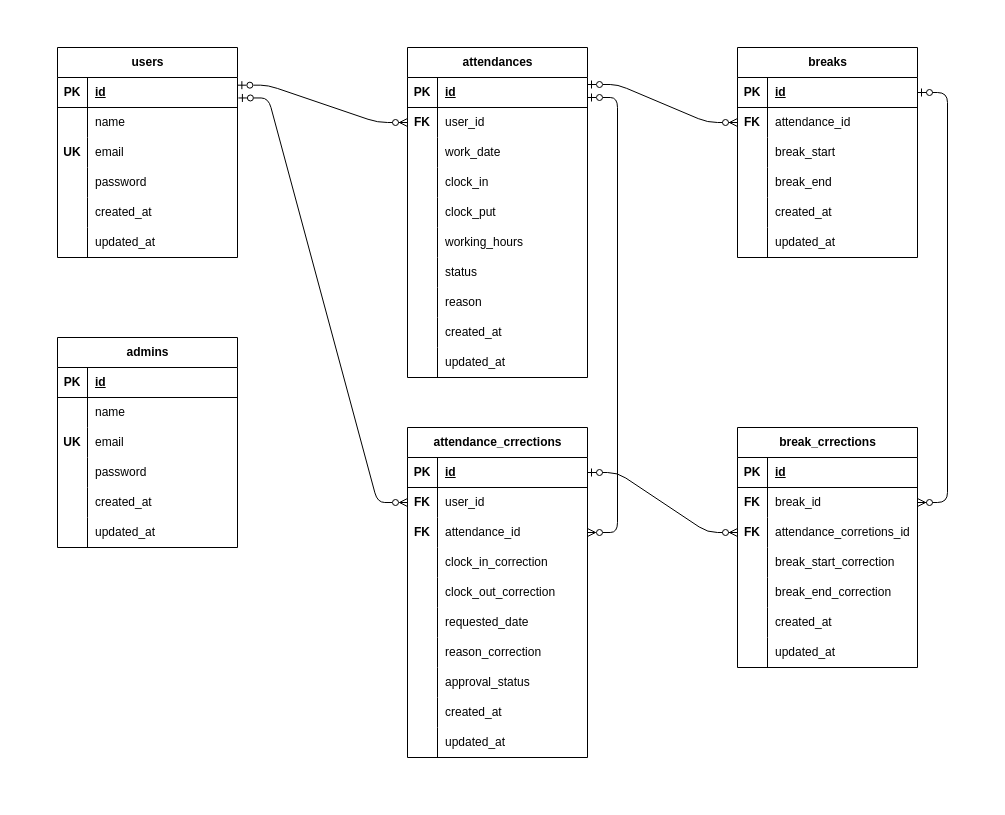
The draw.io diagram erd.drawio in hktooooo/kintai-app, before the edit. Source tidied: cells renumbered, new cells numbered last; positions are measured from the earlier drawing's top-left corner, leaving out a move shared by most shapes. Both pictures are drawn from the tidied source at 100%, with x=0, y=0 at pixel (57, 47).
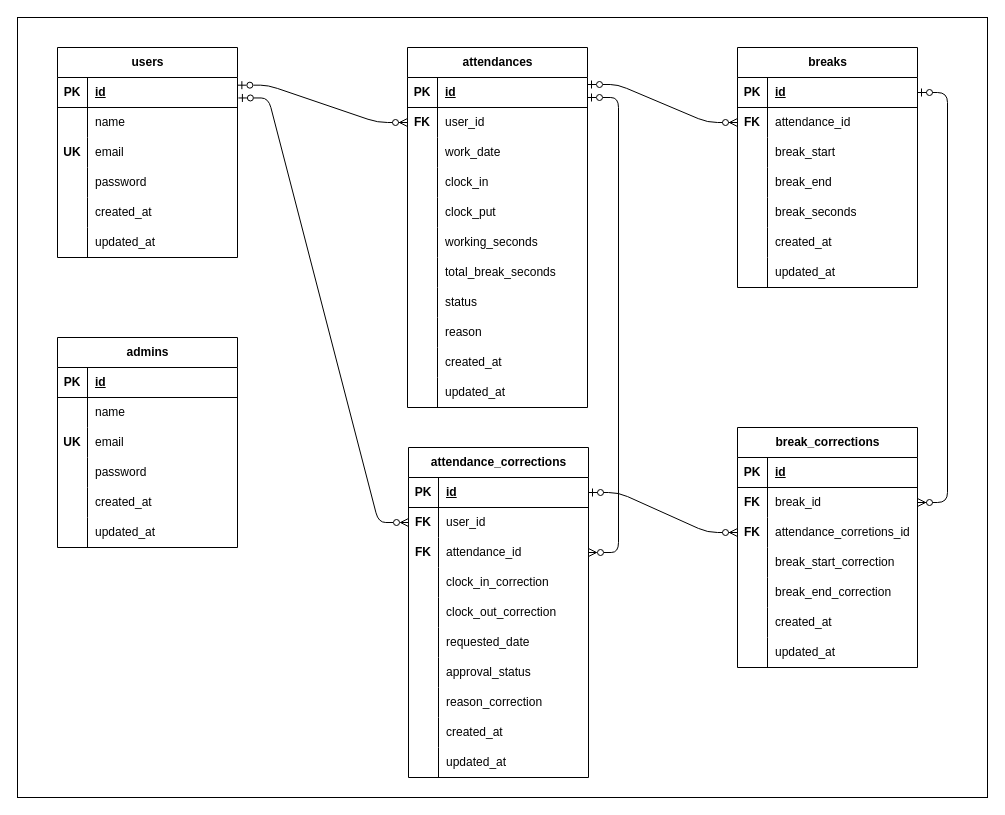
The same page after the edit.

The change refers to these unchanged cells:
```xml
<mxCell id="3" style="shape=tableRow;horizontal=0;startSize=0;swimlaneHead=0;swimlaneBody=0;fillColor=none;points=[[0,0.5],[1,0.5]];portConstraint=eastwest;top=0;left=0;right=0;bottom=1;" parent="2" vertex="1">
  <mxGeometry y="30" width="180" height="30" as="geometry" />
</mxCell>
<mxCell id="37" style="shape=tableRow;horizontal=0;startSize=0;swimlaneHead=0;swimlaneBody=0;fillColor=none;top=0;left=0;right=0;bottom=0;" parent="21" vertex="1">
  <mxGeometry y="180" width="180" height="30" as="geometry" />
</mxCell>
<mxCell id="75" style="shape=tableRow;horizontal=0;startSize=0;swimlaneHead=0;swimlaneBody=0;fillColor=none;points=[[0,0.5],[1,0.5]];portConstraint=eastwest;top=0;left=0;right=0;bottom=0;" parent="71" vertex="1">
  <mxGeometry y="60" width="180" height="30" as="geometry" />
</mxCell>
<mxCell id="93" style="shape=tableRow;horizontal=0;startSize=0;swimlaneHead=0;swimlaneBody=0;fillColor=none;top=0;left=0;right=0;bottom=0;" parent="71" vertex="1">
  <mxGeometry y="240" width="180" height="30" as="geometry" />
</mxCell>
```

Diff of the diagram source:
```diff
@@
+    <mxCell id="149" style="rounded=0;whiteSpace=wrap;html=1;" parent="1" vertex="1">
+      <mxGeometry x="-40" y="-30" width="970" height="780" as="geometry" />
+    </mxCell>
@@
     <mxCell id="21" value="attendances" style="shape=table;startSize=30;childLayout=tableLayout;rowLines=0;fontStyle=1;align=center;html=1;" parent="1" vertex="1">
-      <mxGeometry x="350" width="180" height="330" as="geometry" />
+      <mxGeometry x="350" width="180" height="360" as="geometry" />
     </mxCell>
@@
-    <mxCell id="39" value="working_hours" style="shape=partialRectangle;fillColor=none;top=0;left=0;bottom=0;right=0;align=left;spacingLeft=6;overflow=hidden;whiteSpace=wrap;html=1;" parent="37" vertex="1">
+    <mxCell id="39" value="working_seconds" style="shape=partialRectangle;fillColor=none;top=0;left=0;bottom=0;right=0;align=left;spacingLeft=6;overflow=hidden;whiteSpace=wrap;html=1;" parent="37" vertex="1">
       <mxGeometry x="30" width="150" height="30" as="geometry" />
     </mxCell>
+    <mxCell id="150" style="shape=tableRow;horizontal=0;startSize=0;swimlaneHead=0;swimlaneBody=0;fillColor=none;top=0;left=0;right=0;bottom=0;" parent="21" vertex="1">
+      <mxGeometry y="210" width="180" height="30" as="geometry" />
+    </mxCell>
+    <mxCell id="151" style="shape=partialRectangle;fillColor=none;top=0;left=0;bottom=0;right=0;overflow=hidden;whiteSpace=wrap;html=1;" parent="150" vertex="1">
+      <mxGeometry width="30" height="30" as="geometry" />
+    </mxCell>
+    <mxCell id="152" value="total_break_seconds" style="shape=partialRectangle;fillColor=none;top=0;left=0;bottom=0;right=0;align=left;spacingLeft=6;overflow=hidden;whiteSpace=wrap;html=1;" parent="150" vertex="1">
+      <mxGeometry x="30" width="150" height="30" as="geometry" />
+    </mxCell>
     <mxCell id="40" style="shape=tableRow;horizontal=0;startSize=0;swimlaneHead=0;swimlaneBody=0;fillColor=none;top=0;left=0;right=0;bottom=0;" parent="21" vertex="1">
-      <mxGeometry y="210" width="180" height="30" as="geometry" />
+      <mxGeometry y="240" width="180" height="30" as="geometry" />
     </mxCell>
@@
     <mxCell id="43" style="shape=tableRow;horizontal=0;startSize=0;swimlaneHead=0;swimlaneBody=0;fillColor=none;top=0;left=0;right=0;bottom=0;" parent="21" vertex="1">
-      <mxGeometry y="240" width="180" height="30" as="geometry" />
+      <mxGeometry y="270" width="180" height="30" as="geometry" />
     </mxCell>
@@
     <mxCell id="46" style="shape=tableRow;horizontal=0;startSize=0;swimlaneHead=0;swimlaneBody=0;fillColor=none;top=0;left=0;right=0;bottom=0;" parent="21" vertex="1">
-      <mxGeometry y="270" width="180" height="30" as="geometry" />
+      <mxGeometry y="300" width="180" height="30" as="geometry" />
     </mxCell>
@@
     <mxCell id="49" style="shape=tableRow;horizontal=0;startSize=0;swimlaneHead=0;swimlaneBody=0;fillColor=none;top=0;left=0;right=0;bottom=0;" parent="21" vertex="1">
-      <mxGeometry y="300" width="180" height="30" as="geometry" />
+      <mxGeometry y="330" width="180" height="30" as="geometry" />
     </mxCell>
@@
     <mxCell id="52" value="breaks" style="shape=table;startSize=30;childLayout=tableLayout;rowLines=0;fontStyle=1;align=center;html=1;" parent="1" vertex="1">
-      <mxGeometry x="680" width="180" height="210" as="geometry" />
+      <mxGeometry x="680" width="180" height="240" as="geometry" />
     </mxCell>
@@
+    <mxCell id="153" style="shape=tableRow;horizontal=0;startSize=0;swimlaneHead=0;swimlaneBody=0;fillColor=none;top=0;left=0;right=0;bottom=0;" parent="52" vertex="1">
+      <mxGeometry y="150" width="180" height="30" as="geometry" />
+    </mxCell>
+    <mxCell id="154" style="shape=partialRectangle;fillColor=none;top=0;left=0;bottom=0;right=0;overflow=hidden;whiteSpace=wrap;html=1;" parent="153" vertex="1">
+      <mxGeometry width="30" height="30" as="geometry" />
+    </mxCell>
+    <mxCell id="155" value="break_seconds" style="shape=partialRectangle;fillColor=none;top=0;left=0;bottom=0;right=0;align=left;spacingLeft=6;overflow=hidden;whiteSpace=wrap;html=1;" parent="153" vertex="1">
+      <mxGeometry x="30" width="150" height="30" as="geometry" />
+    </mxCell>
     <mxCell id="65" style="shape=tableRow;horizontal=0;startSize=0;swimlaneHead=0;swimlaneBody=0;fillColor=none;top=0;left=0;right=0;bottom=0;" parent="52" vertex="1">
-      <mxGeometry y="150" width="180" height="30" as="geometry" />
+      <mxGeometry y="180" width="180" height="30" as="geometry" />
     </mxCell>
@@
     <mxCell id="68" style="shape=tableRow;horizontal=0;startSize=0;swimlaneHead=0;swimlaneBody=0;fillColor=none;top=0;left=0;right=0;bottom=0;" parent="52" vertex="1">
-      <mxGeometry y="180" width="180" height="30" as="geometry" />
+      <mxGeometry y="210" width="180" height="30" as="geometry" />
     </mxCell>
@@
-    <mxCell id="71" value="attendance_crrections" style="shape=table;startSize=30;childLayout=tableLayout;rowLines=0;fontStyle=1;align=center;html=1;" parent="1" vertex="1">
-      <mxGeometry x="350" y="380" width="180" height="330" as="geometry" />
+    <mxCell id="71" value="attendance_corrections" style="shape=table;startSize=30;childLayout=tableLayout;rowLines=0;fontStyle=1;align=center;html=1;" parent="1" vertex="1">
+      <mxGeometry x="351" y="400" width="180" height="330" as="geometry" />
     </mxCell>
@@
-    <mxCell id="90" style="shape=tableRow;horizontal=0;startSize=0;swimlaneHead=0;swimlaneBody=0;fillColor=none;top=0;left=0;right=0;bottom=0;" parent="71" vertex="1">
-      <mxGeometry y="210" width="180" height="30" as="geometry" />
-    </mxCell>
-    <mxCell id="91" style="shape=partialRectangle;fillColor=none;top=0;left=0;bottom=0;right=0;overflow=hidden;whiteSpace=wrap;html=1;" parent="90" vertex="1">
-      <mxGeometry width="30" height="30" as="geometry" />
-    </mxCell>
-    <mxCell id="92" value="reason_correction" style="shape=partialRectangle;fillColor=none;top=0;left=0;bottom=0;right=0;align=left;spacingLeft=6;overflow=hidden;whiteSpace=wrap;html=1;" parent="90" vertex="1">
-      <mxGeometry x="30" width="150" height="30" as="geometry" />
-    </mxCell>
+    <mxCell id="156" style="shape=tableRow;horizontal=0;startSize=0;swimlaneHead=0;swimlaneBody=0;fillColor=none;top=0;left=0;right=0;bottom=0;" parent="71" vertex="1">
+      <mxGeometry y="210" width="180" height="30" as="geometry" />
+    </mxCell>
+    <mxCell id="157" style="shape=partialRectangle;fillColor=none;top=0;left=0;bottom=0;right=0;overflow=hidden;whiteSpace=wrap;html=1;" parent="156" vertex="1">
+      <mxGeometry width="30" height="30" as="geometry" />
+    </mxCell>
+    <mxCell id="158" value="approval_status" style="shape=partialRectangle;fillColor=none;top=0;left=0;bottom=0;right=0;align=left;spacingLeft=6;overflow=hidden;whiteSpace=wrap;html=1;" parent="156" vertex="1">
+      <mxGeometry x="30" width="150" height="30" as="geometry" />
+    </mxCell>
@@
-    <mxCell id="95" value="approval_status" style="shape=partialRectangle;fillColor=none;top=0;left=0;bottom=0;right=0;align=left;spacingLeft=6;overflow=hidden;whiteSpace=wrap;html=1;" parent="93" vertex="1">
+    <mxCell id="95" value="&lt;span style=&quot;color: rgb(0, 0, 0);&quot;&gt;reason_correction&lt;/span&gt;" style="shape=partialRectangle;fillColor=none;top=0;left=0;bottom=0;right=0;align=left;spacingLeft=6;overflow=hidden;whiteSpace=wrap;html=1;" parent="93" vertex="1">
       <mxGeometry x="30" width="150" height="30" as="geometry" />
     </mxCell>
@@
-    <mxCell id="124" style="edgeStyle=entityRelationEdgeStyle;fontSize=12;html=1;endArrow=ERzeroToMany;startArrow=ERzeroToOne;exitX=1.005;exitY=0.682;exitDx=0;exitDy=0;exitPerimeter=0;endFill=0;startFill=0;" parent="1" edge="1" source="3">
-      <mxGeometry relative="1" as="geometry">
-        <mxPoint x="350" y="455" as="targetPoint" />
-      </mxGeometry>
+    <mxCell id="124" style="edgeStyle=entityRelationEdgeStyle;fontSize=12;html=1;endArrow=ERzeroToMany;startArrow=ERzeroToOne;exitX=1.005;exitY=0.682;exitDx=0;exitDy=0;exitPerimeter=0;endFill=0;startFill=0;entryX=0;entryY=0.5;entryDx=0;entryDy=0;" parent="1" edge="1" source="3" target="75">
+      <mxGeometry relative="1" as="geometry" />
     </mxCell>
-    <mxCell id="125" value="break_crrections" style="shape=table;startSize=30;childLayout=tableLayout;rowLines=0;fontStyle=1;align=center;html=1;" parent="1" vertex="1">
+    <mxCell id="125" value="break_corrections" style="shape=table;startSize=30;childLayout=tableLayout;rowLines=0;fontStyle=1;align=center;html=1;" parent="1" vertex="1">
       <mxGeometry x="680" y="380" width="180" height="240" as="geometry" />
     </mxCell>
```
